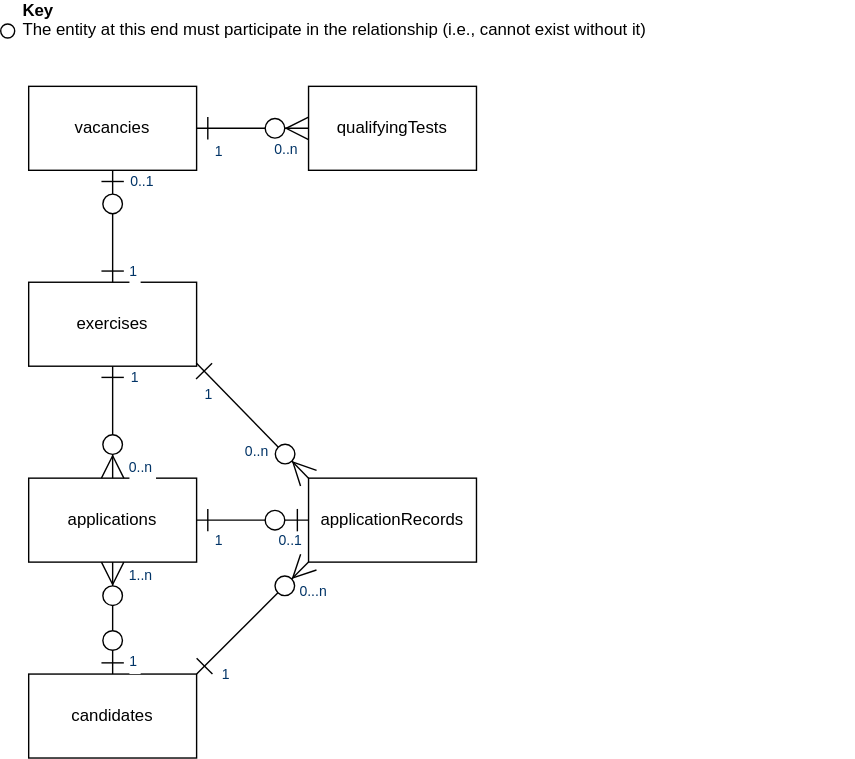
The draw.io diagram docs/architecture/data-models/top-level.svg in jac-uk/documentation, before a commit. Source tidied: cells renumbered, new cells last; positions are measured from the earlier drawing's top-left corner, leaving out a move shared by most shapes.
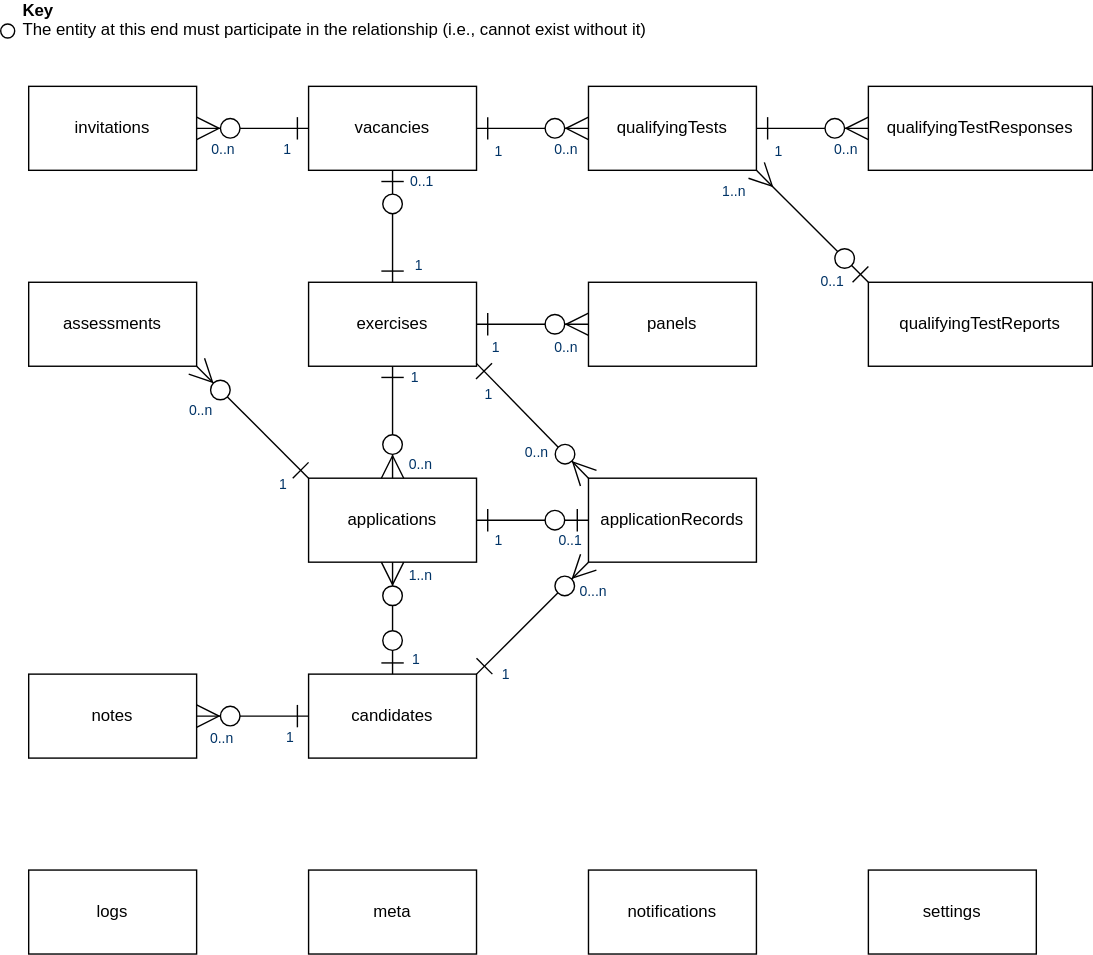
Later version of the same file.

Commit message:
finished ER diagram and description of collections

The edit, as a diff of the source:
```diff
@@ -21,11 +21,11 @@
       <mxGeometry x="220" y="60" width="120" height="60" as="geometry" />
     </mxCell>
     <mxCell id="8" style="endArrow=ERone;endSize=14;startArrow=ERzeroToMany;startSize=14;startFill=1;endFill=0;targetPerimeterSpacing=0;sourcePerimeterSpacing=0;strokeWidth=1;rounded=1;jumpSize=6;entryX=0.5;entryY=1;entryDx=0;entryDy=0;" parent="1" edge="1" source="3" target="2">
-      <mxGeometry x="440" y="510" as="geometry" />
+      <mxGeometry x="640" y="510" as="geometry" />
     </mxCell>
     <mxCell id="9" value="0..n" style="align=left;verticalAlign=top;labelBackgroundColor=#ffffff;fontSize=10;strokeColor=#003366;shadow=1;fillColor=#D4E1F5;fontColor=#003366;" parent="8" vertex="1">
       <mxGeometry x="-1" relative="1" as="geometry">
-        <mxPoint x="10" y="-20" as="offset" />
+        <mxPoint x="10" y="-22" as="offset" />
       </mxGeometry>
     </mxCell>
     <mxCell id="10" value="1" style="align=right;verticalAlign=top;labelBackgroundColor=#ffffff;fontSize=10;strokeColor=#003366;shadow=1;fillColor=#D4E1F5;fontColor=#003366;" parent="8" vertex="1">
@@ -34,7 +34,7 @@
       </mxGeometry>
     </mxCell>
     <mxCell id="11" style="group;" parent="1" vertex="1">
-      <mxGeometry width="610" height="53" as="geometry" />
+      <mxGeometry x="-200" width="610" height="53" as="geometry" />
     </mxCell>
     <mxCell id="12" value="&lt;div&gt;&lt;b&gt;Key&lt;/b&gt;&lt;br&gt;The entity at this end must participate in the relationship (i.e., cannot exist without it)&lt;/div&gt;&lt;div&gt;&lt;br&gt;&lt;/div&gt;&lt;div&gt;&lt;br&gt;&lt;/div&gt;" style="text;html=1;strokeColor=none;fillColor=none;align=left;verticalAlign=middle;whiteSpace=wrap;rounded=0;fontColor=#000000;" parent="11" vertex="1">
       <mxGeometry x="14" width="596" height="53" as="geometry" />
@@ -43,7 +43,7 @@
       <mxGeometry y="15.5" width="10" height="10" as="geometry" />
     </mxCell>
     <mxCell id="14" style="endArrow=ERone;endSize=14;startArrow=ERzeroToOne;startSize=14;startFill=1;endFill=0;targetPerimeterSpacing=0;sourcePerimeterSpacing=0;strokeWidth=1;rounded=1;jumpSize=6;entryX=1;entryY=0.5;entryDx=0;entryDy=0;exitX=0;exitY=0.5;exitDx=0;exitDy=0;" parent="1" edge="1" source="6" target="3">
-      <mxGeometry x="570" y="520" as="geometry" />
+      <mxGeometry x="770" y="520" as="geometry" />
     </mxCell>
     <mxCell id="15" value="0..1" style="align=left;verticalAlign=top;labelBackgroundColor=#ffffff;fontSize=10;strokeColor=#003366;shadow=1;fillColor=#D4E1F5;fontColor=#003366;" parent="14" vertex="1">
       <mxGeometry x="-1" relative="1" as="geometry">
@@ -56,7 +56,7 @@
       </mxGeometry>
     </mxCell>
     <mxCell id="17" style="endArrow=ERone;endSize=14;startArrow=ERzeroToMany;startSize=14;startFill=1;endFill=0;targetPerimeterSpacing=0;sourcePerimeterSpacing=0;strokeWidth=1;rounded=1;jumpSize=6;entryX=0.998;entryY=0.963;entryDx=0;entryDy=0;exitX=0;exitY=0;exitDx=0;exitDy=0;entryPerimeter=0;" parent="1" edge="1" source="6" target="2">
-      <mxGeometry x="550" y="500" as="geometry" />
+      <mxGeometry x="750" y="500" as="geometry" />
     </mxCell>
     <mxCell id="18" value="0..n" style="align=left;verticalAlign=top;labelBackgroundColor=#ffffff;fontSize=10;strokeColor=#003366;shadow=1;fillColor=#D4E1F5;fontColor=#003366;" parent="17" vertex="1">
       <mxGeometry x="-1" relative="1" as="geometry">
@@ -69,7 +69,7 @@
       </mxGeometry>
     </mxCell>
     <mxCell id="20" style="endArrow=ERone;endSize=14;startArrow=ERzeroToMany;startSize=14;startFill=1;endFill=0;targetPerimeterSpacing=0;sourcePerimeterSpacing=0;strokeWidth=1;rounded=1;jumpSize=6;exitX=0;exitY=1;exitDx=0;exitDy=0;entryX=1;entryY=0;entryDx=0;entryDy=0;" parent="1" edge="1" source="6" target="4">
-      <mxGeometry x="794" y="460" as="geometry" />
+      <mxGeometry x="994" y="460" as="geometry" />
     </mxCell>
     <mxCell id="21" value="0...n" style="align=left;verticalAlign=top;labelBackgroundColor=#ffffff;fontSize=10;strokeColor=#003366;shadow=1;fillColor=#D4E1F5;fontColor=#003366;" parent="20" vertex="1">
       <mxGeometry x="-1" relative="1" as="geometry">
@@ -82,7 +82,7 @@
       </mxGeometry>
     </mxCell>
     <mxCell id="23" style="endArrow=ERone;endSize=14;startArrow=ERzeroToMany;startSize=14;startFill=1;endFill=0;targetPerimeterSpacing=0;sourcePerimeterSpacing=0;strokeWidth=1;rounded=1;jumpSize=6;entryX=1;entryY=0.5;entryDx=0;entryDy=0;" parent="1" edge="1" source="7" target="5">
-      <mxGeometry x="1060" y="390" as="geometry" />
+      <mxGeometry x="1260" y="390" as="geometry" />
     </mxCell>
     <mxCell id="24" value="0..n" style="align=left;verticalAlign=top;labelBackgroundColor=#ffffff;fontSize=10;strokeColor=#003366;shadow=1;fillColor=#D4E1F5;fontColor=#003366;" parent="23" vertex="1">
       <mxGeometry x="-1" relative="1" as="geometry">
@@ -95,7 +95,7 @@
       </mxGeometry>
     </mxCell>
     <mxCell id="26" style="endArrow=ERone;endSize=14;startArrow=ERzeroToOne;startSize=14;startFill=1;endFill=0;targetPerimeterSpacing=0;sourcePerimeterSpacing=0;strokeWidth=1;rounded=1;jumpSize=6;exitX=0.5;exitY=1;exitDx=0;exitDy=0;entryX=0.5;entryY=0;entryDx=0;entryDy=0;" parent="1" edge="1" source="5" target="2">
-      <mxGeometry x="580" y="530" as="geometry" />
+      <mxGeometry x="780" y="530" as="geometry" />
     </mxCell>
     <mxCell id="27" value="0..1" style="align=left;verticalAlign=top;labelBackgroundColor=#ffffff;fontSize=10;strokeColor=#003366;shadow=1;fillColor=#D4E1F5;fontColor=#003366;" parent="26" vertex="1">
       <mxGeometry x="-1" relative="1" as="geometry">
@@ -104,11 +104,11 @@
     </mxCell>
     <mxCell id="28" value="1" style="align=right;verticalAlign=top;labelBackgroundColor=#ffffff;fontSize=10;strokeColor=#003366;shadow=1;fillColor=#D4E1F5;fontColor=#003366;" parent="26" vertex="1">
       <mxGeometry x="1" relative="1" as="geometry">
-        <mxPoint x="19" y="-20" as="offset" />
+        <mxPoint x="23" y="-24" as="offset" />
       </mxGeometry>
     </mxCell>
     <mxCell id="29" style="endArrow=ERzeroToOne;endSize=14;startArrow=ERzeroToMany;startSize=14;startFill=1;endFill=1;targetPerimeterSpacing=0;sourcePerimeterSpacing=0;strokeWidth=1;rounded=1;jumpSize=6;exitX=0.5;exitY=1;exitDx=0;exitDy=0;entryX=0.5;entryY=0;entryDx=0;entryDy=0;" parent="1" edge="1" source="3" target="4">
-      <mxGeometry x="644" y="500" as="geometry" />
+      <mxGeometry x="844" y="500" as="geometry" />
     </mxCell>
     <mxCell id="30" value="1..n" style="align=left;verticalAlign=top;labelBackgroundColor=#ffffff;fontSize=10;strokeColor=#003366;shadow=1;fillColor=#D4E1F5;fontColor=#003366;" parent="29" vertex="1">
       <mxGeometry x="-1" relative="1" as="geometry">
@@ -117,8 +117,116 @@
     </mxCell>
     <mxCell id="31" value="1" style="align=right;verticalAlign=top;labelBackgroundColor=#ffffff;fontSize=10;strokeColor=#003366;shadow=1;fillColor=#D4E1F5;fontColor=#003366;" parent="29" vertex="1">
       <mxGeometry x="1" relative="1" as="geometry">
-        <mxPoint x="19" y="-21" as="offset" />
+        <mxPoint x="21" y="-23" as="offset" />
       </mxGeometry>
     </mxCell>
+    <mxCell id="32" value="qualifyingTestResponses" style="rounded=0;whiteSpace=wrap;html=1;" parent="1" vertex="1">
+      <mxGeometry x="420" y="60" width="160" height="60" as="geometry" />
+    </mxCell>
+    <mxCell id="33" style="endArrow=ERone;endSize=14;startArrow=ERzeroToMany;startSize=14;startFill=1;endFill=0;targetPerimeterSpacing=0;sourcePerimeterSpacing=0;strokeWidth=1;rounded=1;jumpSize=6;" parent="1" edge="1" source="32" target="7">
+      <mxGeometry x="1460" y="390" as="geometry" />
+    </mxCell>
+    <mxCell id="34" value="0..n" style="align=left;verticalAlign=top;labelBackgroundColor=#ffffff;fontSize=10;strokeColor=#003366;shadow=1;fillColor=#D4E1F5;fontColor=#003366;" parent="33" vertex="1">
+      <mxGeometry x="-1" relative="1" as="geometry">
+        <mxPoint x="-26" y="3" as="offset" />
+      </mxGeometry>
+    </mxCell>
+    <mxCell id="35" value="1" style="align=right;verticalAlign=top;labelBackgroundColor=#ffffff;fontSize=10;strokeColor=#003366;shadow=1;fillColor=#D4E1F5;fontColor=#003366;" parent="33" vertex="1">
+      <mxGeometry x="1" relative="1" as="geometry">
+        <mxPoint x="20" y="4" as="offset" />
+      </mxGeometry>
+    </mxCell>
+    <mxCell id="36" value="qualifyingTestReports" style="rounded=0;whiteSpace=wrap;html=1;" parent="1" vertex="1">
+      <mxGeometry x="420" y="200" width="160" height="60" as="geometry" />
+    </mxCell>
+    <mxCell id="37" style="endArrow=ERzeroToOne;endSize=14;startArrow=ERmany;startSize=14;startFill=0;endFill=1;targetPerimeterSpacing=0;sourcePerimeterSpacing=0;strokeWidth=1;rounded=1;jumpSize=6;entryX=0;entryY=0;entryDx=0;entryDy=0;exitX=1;exitY=1;exitDx=0;exitDy=0;" parent="1" edge="1" source="7" target="36">
+      <mxGeometry x="1470" y="400" as="geometry" />
+    </mxCell>
+    <mxCell id="38" value="1..n" style="align=left;verticalAlign=top;labelBackgroundColor=#ffffff;fontSize=10;strokeColor=#003366;shadow=1;fillColor=#D4E1F5;fontColor=#003366;" parent="37" vertex="1">
+      <mxGeometry x="-1" relative="1" as="geometry">
+        <mxPoint x="-26" y="3" as="offset" />
+      </mxGeometry>
+    </mxCell>
+    <mxCell id="39" value="0..1" style="align=right;verticalAlign=top;labelBackgroundColor=#ffffff;fontSize=10;strokeColor=#003366;shadow=1;fillColor=#D4E1F5;fontColor=#003366;" parent="37" vertex="1">
+      <mxGeometry x="1" relative="1" as="geometry">
+        <mxPoint x="-16" y="-13" as="offset" />
+      </mxGeometry>
+    </mxCell>
+    <mxCell id="40" value="assessments" style="rounded=0;whiteSpace=wrap;html=1;" parent="1" vertex="1">
+      <mxGeometry x="-180" y="200" width="120" height="60" as="geometry" />
+    </mxCell>
+    <mxCell id="41" style="endArrow=ERone;endSize=14;startArrow=ERzeroToMany;startSize=14;startFill=1;endFill=0;targetPerimeterSpacing=0;sourcePerimeterSpacing=0;strokeWidth=1;rounded=1;jumpSize=6;exitX=1;exitY=1;exitDx=0;exitDy=0;entryX=0;entryY=0;entryDx=0;entryDy=0;" parent="1" edge="1" source="40" target="3">
+      <mxGeometry x="550" y="502.2" as="geometry" />
+    </mxCell>
+    <mxCell id="42" value="0..n" style="align=left;verticalAlign=top;labelBackgroundColor=#ffffff;fontSize=10;strokeColor=#003366;shadow=1;fillColor=#D4E1F5;fontColor=#003366;" parent="41" vertex="1">
+      <mxGeometry x="-1" relative="1" as="geometry">
+        <mxPoint x="-7" y="19" as="offset" />
+      </mxGeometry>
+    </mxCell>
+    <mxCell id="43" value="1" style="align=right;verticalAlign=top;labelBackgroundColor=#ffffff;fontSize=10;strokeColor=#003366;shadow=1;fillColor=#D4E1F5;fontColor=#003366;" parent="41" vertex="1">
+      <mxGeometry x="1" relative="1" as="geometry">
+        <mxPoint x="-14" y="-7.9" as="offset" />
+      </mxGeometry>
+    </mxCell>
+    <mxCell id="44" value="invitations" style="rounded=0;whiteSpace=wrap;html=1;" parent="1" vertex="1">
+      <mxGeometry x="-180" y="60" width="120" height="60" as="geometry" />
+    </mxCell>
+    <mxCell id="45" style="endArrow=ERone;endSize=14;startArrow=ERzeroToMany;startSize=14;startFill=1;endFill=0;targetPerimeterSpacing=0;sourcePerimeterSpacing=0;strokeWidth=1;rounded=1;jumpSize=6;exitX=1;exitY=0.5;exitDx=0;exitDy=0;entryX=0;entryY=0.5;entryDx=0;entryDy=0;" parent="1" edge="1" source="44" target="5">
+      <mxGeometry x="760" y="510" as="geometry" />
+    </mxCell>
+    <mxCell id="46" value="0..n" style="align=left;verticalAlign=top;labelBackgroundColor=#ffffff;fontSize=10;strokeColor=#003366;shadow=1;fillColor=#D4E1F5;fontColor=#003366;" parent="45" vertex="1">
+      <mxGeometry x="-1" relative="1" as="geometry">
+        <mxPoint x="9" y="3" as="offset" />
+      </mxGeometry>
+    </mxCell>
+    <mxCell id="47" value="1" style="align=right;verticalAlign=top;labelBackgroundColor=#ffffff;fontSize=10;strokeColor=#003366;shadow=1;fillColor=#D4E1F5;fontColor=#003366;" parent="45" vertex="1">
+      <mxGeometry x="1" relative="1" as="geometry">
+        <mxPoint x="-11" y="3.1" as="offset" />
+      </mxGeometry>
+    </mxCell>
+    <mxCell id="48" value="logs" style="rounded=0;whiteSpace=wrap;html=1;" parent="1" vertex="1">
+      <mxGeometry x="-180" y="620" width="120" height="60" as="geometry" />
+    </mxCell>
+    <mxCell id="49" value="meta" style="rounded=0;whiteSpace=wrap;html=1;" parent="1" vertex="1">
+      <mxGeometry x="20" y="620" width="120" height="60" as="geometry" />
+    </mxCell>
+    <mxCell id="50" value="notes" style="rounded=0;whiteSpace=wrap;html=1;" parent="1" vertex="1">
+      <mxGeometry x="-180" y="480" width="120" height="60" as="geometry" />
+    </mxCell>
+    <mxCell id="51" style="endArrow=ERone;endSize=14;startArrow=ERzeroToMany;startSize=14;startFill=1;endFill=0;targetPerimeterSpacing=0;sourcePerimeterSpacing=0;strokeWidth=1;rounded=1;jumpSize=6;exitX=1;exitY=0.5;exitDx=0;exitDy=0;entryX=0;entryY=0.5;entryDx=0;entryDy=0;" parent="1" edge="1" source="50" target="4">
+      <mxGeometry x="560" y="512.2" as="geometry" />
+    </mxCell>
+    <mxCell id="52" value="0..n" style="align=left;verticalAlign=top;labelBackgroundColor=#ffffff;fontSize=10;strokeColor=#003366;shadow=1;fillColor=#D4E1F5;fontColor=#003366;" parent="51" vertex="1">
+      <mxGeometry x="-1" relative="1" as="geometry">
+        <mxPoint x="8" y="4" as="offset" />
+      </mxGeometry>
+    </mxCell>
+    <mxCell id="53" value="1" style="align=right;verticalAlign=top;labelBackgroundColor=#ffffff;fontSize=10;strokeColor=#003366;shadow=1;fillColor=#D4E1F5;fontColor=#003366;" parent="51" vertex="1">
+      <mxGeometry x="1" relative="1" as="geometry">
+        <mxPoint x="-9" y="3.1" as="offset" />
+      </mxGeometry>
+    </mxCell>
+    <mxCell id="54" value="notifications" style="rounded=0;whiteSpace=wrap;html=1;" parent="1" vertex="1">
+      <mxGeometry x="220" y="620" width="120" height="60" as="geometry" />
+    </mxCell>
+    <mxCell id="55" value="panels" style="rounded=0;whiteSpace=wrap;html=1;" parent="1" vertex="1">
+      <mxGeometry x="220" y="200" width="120" height="60" as="geometry" />
+    </mxCell>
+    <mxCell id="56" style="endArrow=ERone;endSize=14;startArrow=ERzeroToMany;startSize=14;startFill=1;endFill=0;targetPerimeterSpacing=0;sourcePerimeterSpacing=0;strokeWidth=1;rounded=1;jumpSize=6;entryX=1;entryY=0.5;entryDx=0;entryDy=0;exitX=0;exitY=0.5;exitDx=0;exitDy=0;" parent="1" edge="1" source="55" target="2">
+      <mxGeometry x="760" y="510" as="geometry" />
+    </mxCell>
+    <mxCell id="57" value="0..n" style="align=left;verticalAlign=top;labelBackgroundColor=#ffffff;fontSize=10;strokeColor=#003366;shadow=1;fillColor=#D4E1F5;fontColor=#003366;" parent="56" vertex="1">
+      <mxGeometry x="-1" relative="1" as="geometry">
+        <mxPoint x="-26" y="4" as="offset" />
+      </mxGeometry>
+    </mxCell>
+    <mxCell id="58" value="1" style="align=right;verticalAlign=top;labelBackgroundColor=#ffffff;fontSize=10;strokeColor=#003366;shadow=1;fillColor=#D4E1F5;fontColor=#003366;" parent="56" vertex="1">
+      <mxGeometry x="1" relative="1" as="geometry">
+        <mxPoint x="18" y="4.1" as="offset" />
+      </mxGeometry>
+    </mxCell>
+    <mxCell id="59" value="settings" style="rounded=0;whiteSpace=wrap;html=1;" parent="1" vertex="1">
+      <mxGeometry x="420" y="620" width="120" height="60" as="geometry" />
+    </mxCell>
   </root>
 </mxGraphModel>
```
